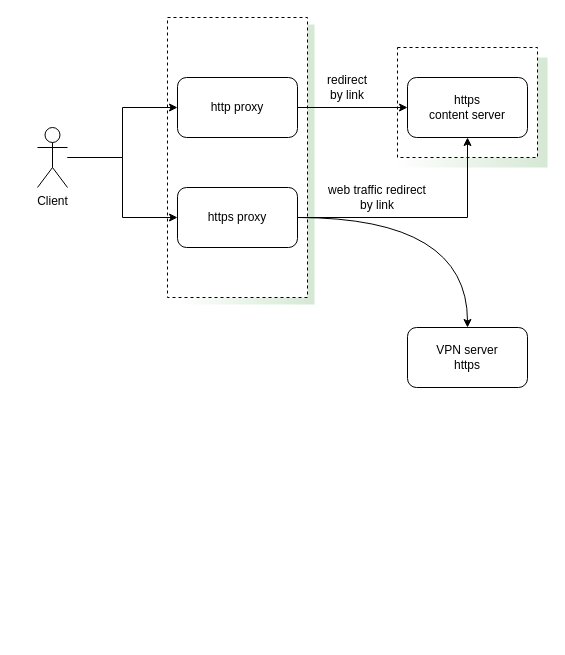
The draw.io diagram etc/vpn.drawio in vladimirmashkov/openconnect, before the edit. Source tidied: cells renumbered, new cells numbered last; positions are measured from the earlier drawing's top-left corner, leaving out a move shared by most shapes. Both pictures are drawn from the tidied source at 100%, with x=0, y=0 at pixel (37, 17).
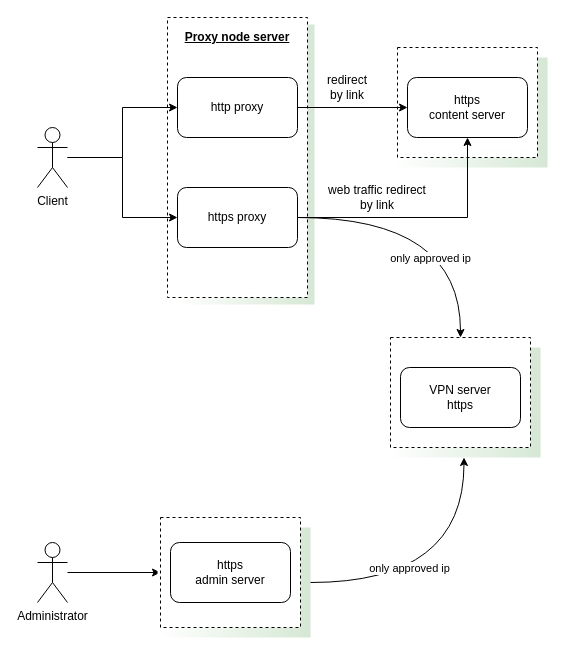
Above is the later version.

The change refers to these unchanged cells:
```xml
<mxCell id="6" style="group;" parent="1" vertex="1">
  <mxGeometry x="130" width="147" height="287" as="geometry" />
</mxCell>
<mxCell id="16" value="https proxy" style="rounded=1;whiteSpace=wrap;html=1;" parent="1" vertex="1">
  <mxGeometry x="140" y="170" width="120" height="60" as="geometry" />
</mxCell>
```

The edit, as a diff of the source:
```diff
@@
+    <mxCell id="21" value="Proxy node server" style="text;html=1;strokeColor=none;fillColor=none;align=center;verticalAlign=middle;whiteSpace=wrap;rounded=0;shadow=0;glass=0;dashed=1;sketch=0;fontStyle=5;" parent="6" vertex="1">
+      <mxGeometry x="15" y="10" width="110" height="20" as="geometry" />
+    </mxCell>
@@
-    <mxCell id="15" style="edgeStyle=orthogonalEdgeStyle;rounded=0;jettySize=auto;html=1;curved=1;" parent="1" edge="1" source="16" target="17">
+    <mxCell id="15" style="edgeStyle=orthogonalEdgeStyle;rounded=0;jettySize=auto;html=1;curved=1;entryX=0.5;entryY=0;entryDx=0;entryDy=0;" parent="1" edge="1" source="16" target="34">
       <mxGeometry relative="1" as="geometry" />
     </mxCell>
+    <mxCell id="22" value="&lt;div&gt;only approved ip&lt;/div&gt;" style="edgeLabel;html=1;align=center;verticalAlign=middle;" parent="15" vertex="1">
+      <mxGeometry x="-0.07" y="-30" relative="1" as="geometry">
+        <mxPoint y="10" as="offset" />
+      </mxGeometry>
+    </mxCell>
@@
-    <mxCell id="17" value="&lt;div&gt;VPN server&lt;/div&gt;&lt;div&gt;https&lt;br&gt;&lt;/div&gt;" style="rounded=1;whiteSpace=wrap;html=1;" parent="1" vertex="1">
-      <mxGeometry x="370" y="310" width="120" height="60" as="geometry" />
-    </mxCell>
@@
+    <mxCell id="23" style="edgeStyle=none;rounded=0;jettySize=auto;html=1;entryX=0;entryY=0.5;entryDx=0;entryDy=0;" parent="1" edge="1" source="24" target="28">
+      <mxGeometry relative="1" as="geometry" />
+    </mxCell>
+    <mxCell id="24" value="&lt;div&gt;Administrator&lt;/div&gt;" style="shape=umlActor;verticalLabelPosition=bottom;verticalAlign=top;html=1;outlineConnect=0;rounded=0;shadow=0;glass=0;sketch=0;gradientColor=#ffffff;" parent="1" vertex="1">
+      <mxGeometry y="525" width="30" height="60" as="geometry" />
+    </mxCell>
+    <mxCell id="25" style="group;" parent="1" vertex="1">
+      <mxGeometry x="120" y="500" width="153" height="120" as="geometry" />
+    </mxCell>
+    <mxCell id="26" style="group;" parent="25" vertex="1">
+      <mxGeometry width="153" height="120" as="geometry" />
+    </mxCell>
+    <mxCell id="27" value="&lt;div align=&quot;center&quot;&gt;&lt;b&gt;&lt;br&gt;&lt;/b&gt;&lt;/div&gt;" style="rounded=0;whiteSpace=wrap;html=1;dashed=1;shadow=0;sketch=0;glass=0;fillColor=#d5e8d4;gradientColor=#ffffff;gradientDirection=west;strokeColor=none;" parent="26" vertex="1">
+      <mxGeometry y="10" width="153" height="110" as="geometry" />
+    </mxCell>
+    <mxCell id="28" value="&lt;div align=&quot;center&quot;&gt;&lt;b&gt;&lt;br&gt;&lt;/b&gt;&lt;/div&gt;" style="rounded=0;whiteSpace=wrap;html=1;dashed=1;shadow=0;sketch=0;glass=0;" parent="26" vertex="1">
+      <mxGeometry x="3" width="140" height="110" as="geometry" />
+    </mxCell>
+    <mxCell id="29" value="&lt;div&gt;https&lt;/div&gt;&lt;div&gt;admin server&lt;br&gt;&lt;/div&gt;" style="rounded=1;whiteSpace=wrap;html=1;" parent="26" vertex="1">
+      <mxGeometry x="13" y="25" width="120" height="60" as="geometry" />
+    </mxCell>
+    <mxCell id="30" style="group;" parent="1" vertex="1">
+      <mxGeometry x="350" y="320" width="153" height="120" as="geometry" />
+    </mxCell>
+    <mxCell id="31" style="group;" parent="30" vertex="1">
+      <mxGeometry width="153" height="120" as="geometry" />
+    </mxCell>
+    <mxCell id="32" style="group;" parent="31" vertex="1">
+      <mxGeometry width="153" height="120" as="geometry" />
+    </mxCell>
+    <mxCell id="33" value="&lt;div align=&quot;center&quot;&gt;&lt;b&gt;&lt;br&gt;&lt;/b&gt;&lt;/div&gt;" style="rounded=0;whiteSpace=wrap;html=1;dashed=1;shadow=0;sketch=0;glass=0;fillColor=#d5e8d4;gradientColor=#ffffff;gradientDirection=west;strokeColor=none;" parent="32" vertex="1">
+      <mxGeometry y="10" width="153" height="110" as="geometry" />
+    </mxCell>
+    <mxCell id="34" value="&lt;div align=&quot;center&quot;&gt;&lt;b&gt;&lt;br&gt;&lt;/b&gt;&lt;/div&gt;" style="rounded=0;whiteSpace=wrap;html=1;dashed=1;shadow=0;sketch=0;glass=0;" parent="32" vertex="1">
+      <mxGeometry x="3" width="140" height="110" as="geometry" />
+    </mxCell>
+    <mxCell id="17" value="&lt;div&gt;VPN server&lt;/div&gt;&lt;div&gt;https&lt;br&gt;&lt;/div&gt;" style="rounded=1;whiteSpace=wrap;html=1;" parent="30" vertex="1">
+      <mxGeometry x="13" y="30" width="120" height="60" as="geometry" />
+    </mxCell>
+    <mxCell id="35" style="edgeStyle=orthogonalEdgeStyle;rounded=0;jettySize=auto;html=1;curved=1;exitX=1;exitY=0.5;exitDx=0;exitDy=0;entryX=0.5;entryY=1;entryDx=0;entryDy=0;" parent="1" edge="1" source="27" target="33">
+      <mxGeometry relative="1" as="geometry" />
+    </mxCell>
+    <mxCell id="36" value="&lt;div&gt;only approved ip&lt;/div&gt;" style="edgeLabel;html=1;align=center;verticalAlign=middle;" parent="35" vertex="1">
+      <mxGeometry x="-0.07" y="-30" relative="1" as="geometry">
+        <mxPoint x="-32" y="-45" as="offset" />
+      </mxGeometry>
+    </mxCell>
```
